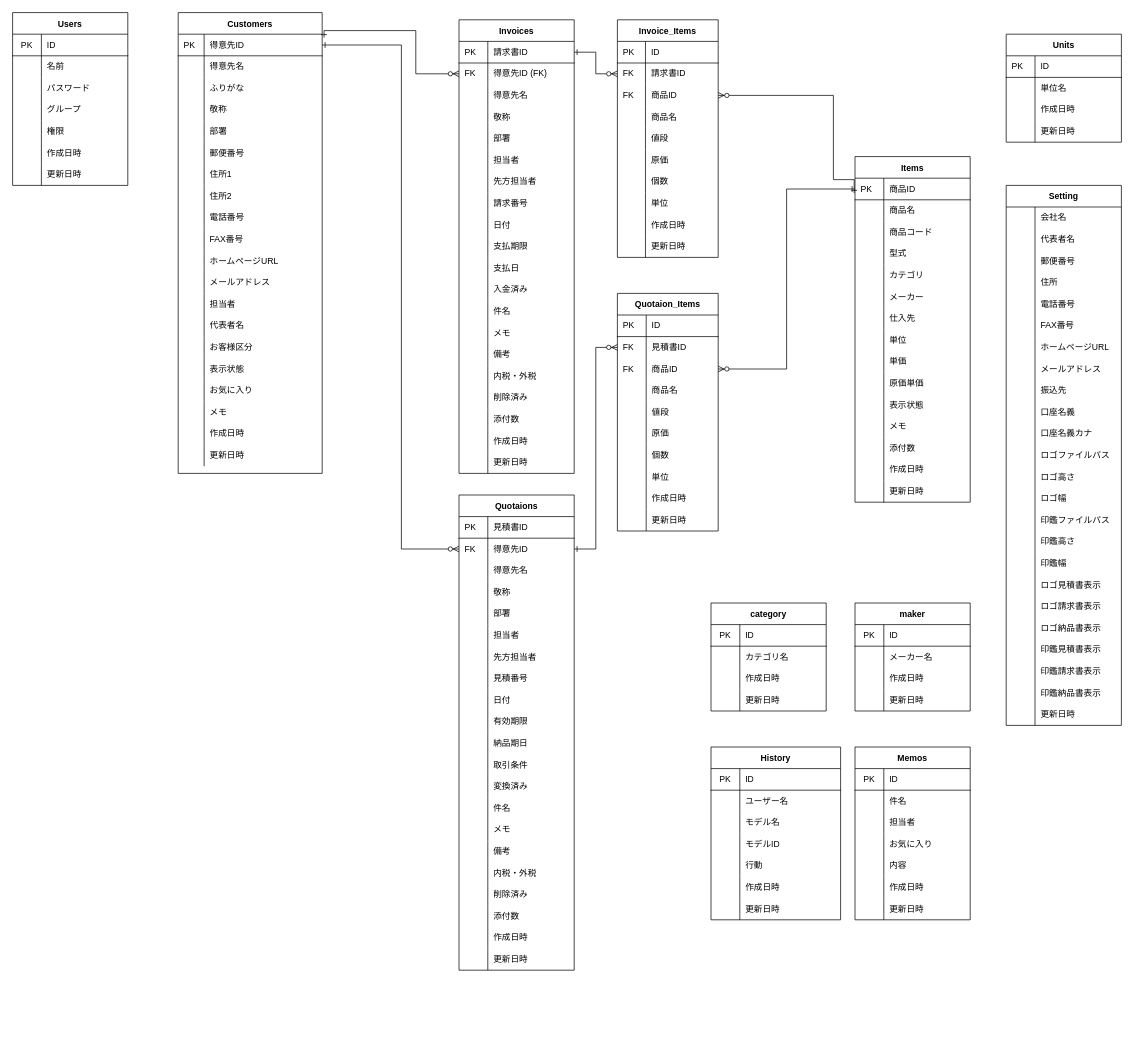
Above: soho_er.dio in gamasenninn/caddie-clone (draw.io), before the change. Source tidied: cells renumbered, new cells numbered last; positions are measured from the earlier drawing's top-left corner, leaving out a move shared by most shapes. Both pictures are drawn from the tidied source at 72%, with x=0, y=0 at pixel (12, 12).
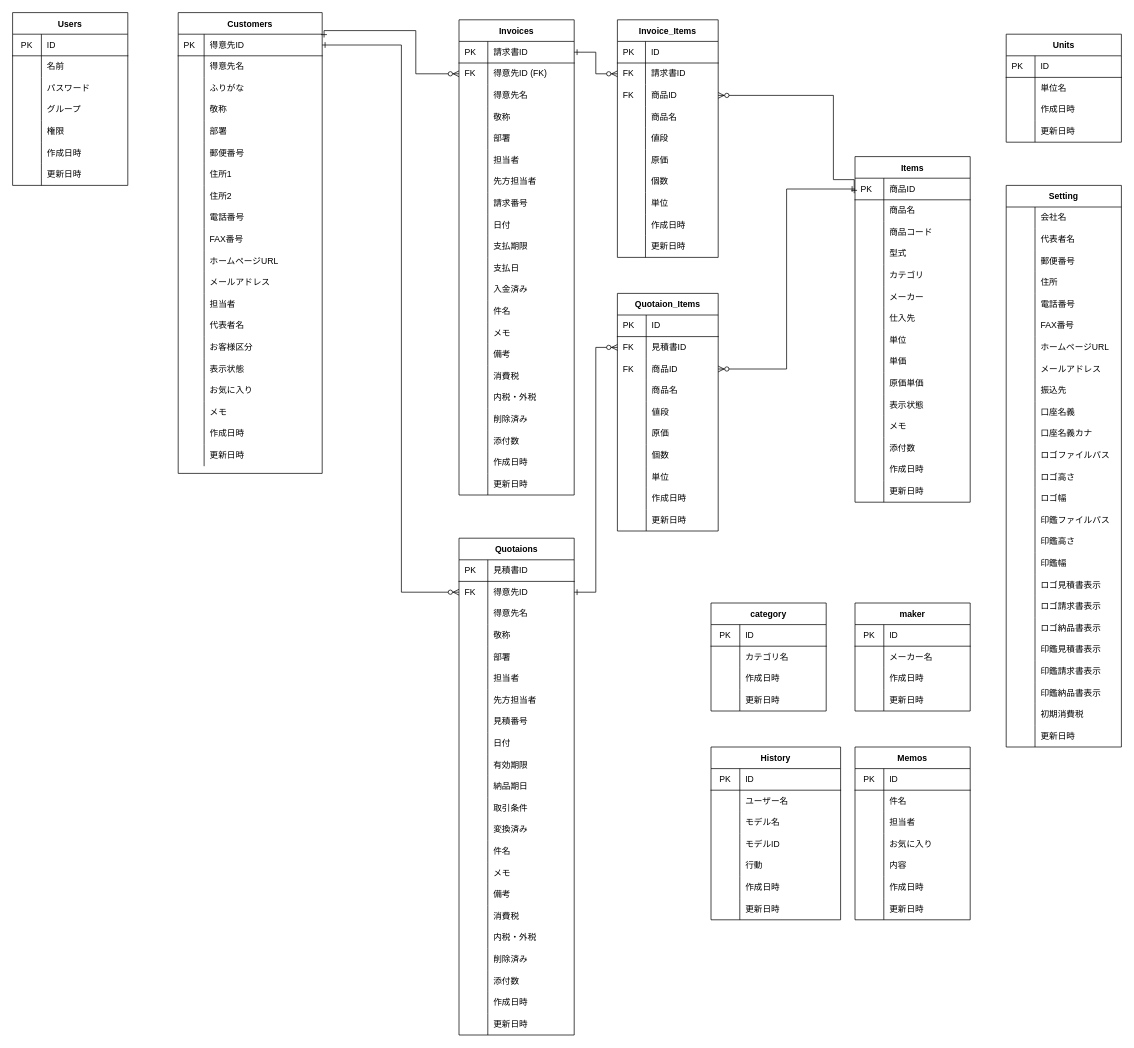
After the change.

The change refers to these unchanged cells:
```xml
<mxCell id="3" style="shape=partialRectangle;html=1;whiteSpace=wrap;fillColor=none;top=0;left=0;bottom=1;right=0;points=[[0,0.5],[1,0.5]];portConstraint=eastwest;" parent="2" vertex="1">
  <mxGeometry y="30" width="200" height="30" as="geometry" />
</mxCell>
<mxCell id="205" style="shape=partialRectangle;html=1;whiteSpace=wrap;fillColor=none;top=0;left=0;bottom=0;right=0;points=[[0,0.5],[1,0.5]];portConstraint=eastwest;" parent="201" vertex="1">
  <mxGeometry y="60" width="160" height="30" as="geometry" />
</mxCell>
```

Diff of the diagram source:
```diff
@@
     <mxCell id="109" value="Invoices" style="shape=table;startSize=30;childLayout=tableLayout;rowLines=0;fontStyle=1;align=center;" parent="1" vertex="1">
-      <mxGeometry x="620" y="10" width="160" height="630" as="geometry" />
+      <mxGeometry x="620" y="10" width="160" height="660" as="geometry" />
     </mxCell>
@@
+    <mxCell id="480" style="shape=partialRectangle;html=1;whiteSpace=wrap;fillColor=none;top=0;left=0;bottom=0;right=0;" parent="109" vertex="1">
+      <mxGeometry y="480" width="160" height="30" as="geometry" />
+    </mxCell>
+    <mxCell id="481" style="shape=partialRectangle;html=1;whiteSpace=wrap;fillColor=none;top=0;left=0;bottom=0;right=0;align=left;spacingLeft=6;overflow=hidden;" parent="480" vertex="1">
+      <mxGeometry width="40" height="30" as="geometry" />
+    </mxCell>
+    <mxCell id="482" value="消費税" style="shape=partialRectangle;html=1;whiteSpace=wrap;fillColor=none;top=0;left=0;bottom=0;right=0;align=left;spacingLeft=6;overflow=hidden;" parent="480" vertex="1">
+      <mxGeometry x="40" width="120" height="30" as="geometry" />
+    </mxCell>
     <mxCell id="155" style="shape=partialRectangle;html=1;whiteSpace=wrap;fillColor=none;top=0;left=0;bottom=0;right=0;" parent="109" vertex="1">
-      <mxGeometry y="480" width="160" height="30" as="geometry" />
+      <mxGeometry y="510" width="160" height="30" as="geometry" />
     </mxCell>
@@
     <mxCell id="158" style="shape=partialRectangle;html=1;whiteSpace=wrap;fillColor=none;top=0;left=0;bottom=0;right=0;" parent="109" vertex="1">
-      <mxGeometry y="510" width="160" height="30" as="geometry" />
+      <mxGeometry y="540" width="160" height="30" as="geometry" />
     </mxCell>
@@
     <mxCell id="161" style="shape=partialRectangle;html=1;whiteSpace=wrap;fillColor=none;top=0;left=0;bottom=0;right=0;" parent="109" vertex="1">
-      <mxGeometry y="540" width="160" height="30" as="geometry" />
+      <mxGeometry y="570" width="160" height="30" as="geometry" />
     </mxCell>
@@
     <mxCell id="164" style="shape=partialRectangle;html=1;whiteSpace=wrap;fillColor=none;top=0;left=0;bottom=0;right=0;" parent="109" vertex="1">
-      <mxGeometry y="570" width="160" height="30" as="geometry" />
+      <mxGeometry y="600" width="160" height="30" as="geometry" />
     </mxCell>
@@
     <mxCell id="167" style="shape=partialRectangle;html=1;whiteSpace=wrap;fillColor=none;top=0;left=0;bottom=0;right=0;" parent="109" vertex="1">
-      <mxGeometry y="600" width="160" height="30" as="geometry" />
+      <mxGeometry y="630" width="160" height="30" as="geometry" />
     </mxCell>
@@
     <mxCell id="201" value="Quotaions" style="shape=table;startSize=30;childLayout=tableLayout;rowLines=0;fontStyle=1;align=center;" parent="1" vertex="1">
-      <mxGeometry x="620" y="670" width="160" height="660" as="geometry" />
+      <mxGeometry x="620" y="730" width="160" height="690" as="geometry" />
     </mxCell>
@@
+    <mxCell id="483" style="shape=partialRectangle;html=1;whiteSpace=wrap;fillColor=none;top=0;left=0;bottom=0;right=0;" parent="201" vertex="1">
+      <mxGeometry y="510" width="160" height="30" as="geometry" />
+    </mxCell>
+    <mxCell id="484" style="shape=partialRectangle;html=1;whiteSpace=wrap;fillColor=none;top=0;left=0;bottom=0;right=0;align=left;spacingLeft=6;overflow=hidden;" parent="483" vertex="1">
+      <mxGeometry width="40" height="30" as="geometry" />
+    </mxCell>
+    <mxCell id="485" value="消費税" style="shape=partialRectangle;html=1;whiteSpace=wrap;fillColor=none;top=0;left=0;bottom=0;right=0;align=left;spacingLeft=6;overflow=hidden;" parent="483" vertex="1">
+      <mxGeometry x="40" width="120" height="30" as="geometry" />
+    </mxCell>
     <mxCell id="250" style="shape=partialRectangle;html=1;whiteSpace=wrap;fillColor=none;top=0;left=0;bottom=0;right=0;" parent="201" vertex="1">
-      <mxGeometry y="510" width="160" height="30" as="geometry" />
+      <mxGeometry y="540" width="160" height="30" as="geometry" />
     </mxCell>
@@
     <mxCell id="253" style="shape=partialRectangle;html=1;whiteSpace=wrap;fillColor=none;top=0;left=0;bottom=0;right=0;" parent="201" vertex="1">
-      <mxGeometry y="540" width="160" height="30" as="geometry" />
+      <mxGeometry y="570" width="160" height="30" as="geometry" />
     </mxCell>
@@
     <mxCell id="256" style="shape=partialRectangle;html=1;whiteSpace=wrap;fillColor=none;top=0;left=0;bottom=0;right=0;" parent="201" vertex="1">
-      <mxGeometry y="570" width="160" height="30" as="geometry" />
+      <mxGeometry y="600" width="160" height="30" as="geometry" />
     </mxCell>
@@
     <mxCell id="259" style="shape=partialRectangle;html=1;whiteSpace=wrap;fillColor=none;top=0;left=0;bottom=0;right=0;" parent="201" vertex="1">
-      <mxGeometry y="600" width="160" height="30" as="geometry" />
+      <mxGeometry y="630" width="160" height="30" as="geometry" />
     </mxCell>
@@
     <mxCell id="262" style="shape=partialRectangle;html=1;whiteSpace=wrap;fillColor=none;top=0;left=0;bottom=0;right=0;" parent="201" vertex="1">
-      <mxGeometry y="630" width="160" height="30" as="geometry" />
+      <mxGeometry y="660" width="160" height="30" as="geometry" />
     </mxCell>
@@
     <mxCell id="309" value="Setting" style="shape=table;startSize=30;childLayout=tableLayout;rowLines=0;fontStyle=1;align=center;" parent="1" vertex="1">
-      <mxGeometry x="1380" y="240" width="160" height="750" as="geometry" />
+      <mxGeometry x="1380" y="240" width="160" height="780" as="geometry" />
     </mxCell>
@@
+    <mxCell id="486" style="shape=partialRectangle;html=1;whiteSpace=wrap;fillColor=none;top=0;left=0;bottom=0;right=0;" parent="309" vertex="1">
+      <mxGeometry y="720" width="160" height="30" as="geometry" />
+    </mxCell>
+    <mxCell id="487" style="shape=partialRectangle;html=1;whiteSpace=wrap;fillColor=none;top=0;left=0;bottom=0;right=0;align=left;spacingLeft=6;overflow=hidden;" parent="486" vertex="1">
+      <mxGeometry width="40" height="30" as="geometry" />
+    </mxCell>
+    <mxCell id="488" value="初期消費税" style="shape=partialRectangle;html=1;whiteSpace=wrap;fillColor=none;top=0;left=0;bottom=0;right=0;align=left;spacingLeft=6;overflow=hidden;" parent="486" vertex="1">
+      <mxGeometry x="40" width="120" height="30" as="geometry" />
+    </mxCell>
     <mxCell id="379" style="shape=partialRectangle;html=1;whiteSpace=wrap;fillColor=none;top=0;left=0;bottom=0;right=0;" parent="309" vertex="1">
-      <mxGeometry y="720" width="160" height="30" as="geometry" />
+      <mxGeometry y="750" width="160" height="30" as="geometry" />
     </mxCell>
@@
     <mxCell id="383" style="edgeStyle=orthogonalEdgeStyle;rounded=0;jettySize=auto;html=1;exitX=0;exitY=0.5;exitDx=0;exitDy=0;entryX=1;entryY=0.5;entryDx=0;entryDy=0;startArrow=ERzeroToMany;startFill=1;endArrow=ERone;endFill=0;" parent="1" edge="1" source="205" target="3">
       <mxGeometry relative="1" as="geometry">
         <Array as="points">
-          <mxPoint x="540" y="745" />
+          <mxPoint x="540" y="805" />
           <mxPoint x="540" y="45" />
         </Array>
       </mxGeometry>
     </mxCell>
```
